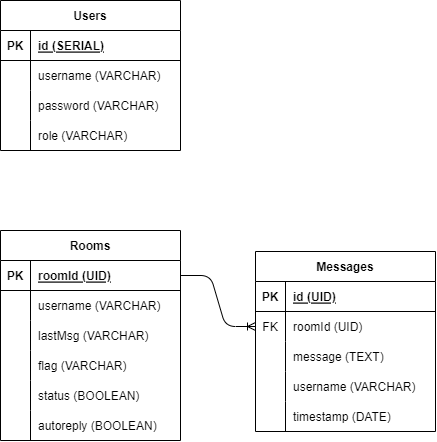
This is server/__docs__/ERD.drawio.png from Alexwilliam112/ServiceSync, a draw.io export, as it was before one commit. Source tidied: cells renumbered, new cells last; positions are measured from the earlier drawing's top-left corner, leaving out a move shared by most shapes.
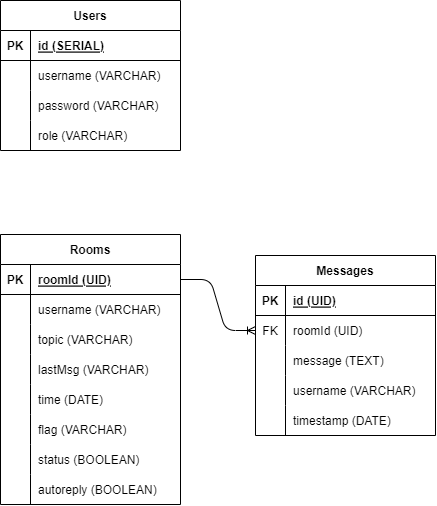
Later version of the same file.

Diff of the diagram source:
```diff
@@ -3,7 +3,7 @@
     <mxCell id="0" />
     <mxCell id="1" parent="0" />
     <mxCell id="2" value="Users" style="shape=table;startSize=30;rowLines=0;fontStyle=1;align=center;" parent="1" vertex="1">
-      <mxGeometry width="180" height="150" as="geometry" />
+      <mxGeometry y="-4" width="180" height="150" as="geometry" />
     </mxCell>
     <mxCell id="3" style="shape=tableRow;horizontal=0;startSize=0;swimlaneHead=0;swimlaneBody=0;fillColor=none;top=0;left=0;right=0;bottom=1;" parent="2" vertex="1">
       <mxGeometry y="30" width="180" height="30" as="geometry" />
@@ -42,7 +42,7 @@
       <mxGeometry x="30" width="150" height="30" as="geometry" />
     </mxCell>
     <mxCell id="15" value="Rooms" style="shape=table;startSize=30;rowLines=0;fontStyle=1;align=center;" parent="1" vertex="1">
-      <mxGeometry y="230" width="180" height="210" as="geometry" />
+      <mxGeometry y="230" width="180" height="270" as="geometry" />
     </mxCell>
     <mxCell id="16" style="shape=tableRow;horizontal=0;startSize=0;swimlaneHead=0;swimlaneBody=0;fillColor=none;points=[[0,0.5],[1,0.5]];portConstraint=eastwest;top=0;left=0;right=0;bottom=1;" parent="15" vertex="1">
       <mxGeometry y="30" width="180" height="30" as="geometry" />
@@ -62,8 +62,17 @@
     <mxCell id="21" value="username (VARCHAR)" style="shape=partialRectangle;fillColor=none;top=0;left=0;bottom=0;right=0;align=left;spacingLeft=6;overflow=hidden;" parent="19" vertex="1">
       <mxGeometry x="30" width="150" height="30" as="geometry" />
     </mxCell>
+    <mxCell id="51" style="shape=tableRow;horizontal=0;startSize=0;swimlaneHead=0;swimlaneBody=0;fillColor=none;top=0;left=0;right=0;bottom=0;" parent="15" vertex="1">
+      <mxGeometry y="90" width="180" height="30" as="geometry" />
+    </mxCell>
+    <mxCell id="52" style="shape=partialRectangle;fillColor=none;top=0;left=0;bottom=0;right=0;overflow=hidden;" parent="51" vertex="1">
+      <mxGeometry width="30" height="30" as="geometry" />
+    </mxCell>
+    <mxCell id="53" value="topic (VARCHAR)" style="shape=partialRectangle;fillColor=none;top=0;left=0;bottom=0;right=0;align=left;spacingLeft=6;overflow=hidden;" parent="51" vertex="1">
+      <mxGeometry x="30" width="150" height="30" as="geometry" />
+    </mxCell>
     <mxCell id="22" style="shape=tableRow;horizontal=0;startSize=0;swimlaneHead=0;swimlaneBody=0;fillColor=none;top=0;left=0;right=0;bottom=0;" parent="15" vertex="1">
-      <mxGeometry y="90" width="180" height="30" as="geometry" />
+      <mxGeometry y="120" width="180" height="30" as="geometry" />
     </mxCell>
     <mxCell id="23" style="shape=partialRectangle;fillColor=none;top=0;left=0;bottom=0;right=0;overflow=hidden;" parent="22" vertex="1">
       <mxGeometry width="30" height="30" as="geometry" />
@@ -71,8 +80,17 @@
     <mxCell id="24" value="lastMsg (VARCHAR)" style="shape=partialRectangle;fillColor=none;top=0;left=0;bottom=0;right=0;align=left;spacingLeft=6;overflow=hidden;" parent="22" vertex="1">
       <mxGeometry x="30" width="150" height="30" as="geometry" />
     </mxCell>
+    <mxCell id="54" style="shape=tableRow;horizontal=0;startSize=0;swimlaneHead=0;swimlaneBody=0;fillColor=none;top=0;left=0;right=0;bottom=0;" parent="15" vertex="1">
+      <mxGeometry y="150" width="180" height="30" as="geometry" />
+    </mxCell>
+    <mxCell id="55" style="shape=partialRectangle;fillColor=none;top=0;left=0;bottom=0;right=0;overflow=hidden;" parent="54" vertex="1">
+      <mxGeometry width="30" height="30" as="geometry" />
+    </mxCell>
+    <mxCell id="56" value="time (DATE)" style="shape=partialRectangle;fillColor=none;top=0;left=0;bottom=0;right=0;align=left;spacingLeft=6;overflow=hidden;" parent="54" vertex="1">
+      <mxGeometry x="30" width="150" height="30" as="geometry" />
+    </mxCell>
     <mxCell id="25" style="shape=tableRow;horizontal=0;startSize=0;swimlaneHead=0;swimlaneBody=0;fillColor=none;top=0;left=0;right=0;bottom=0;" parent="15" vertex="1">
-      <mxGeometry y="120" width="180" height="30" as="geometry" />
+      <mxGeometry y="180" width="180" height="30" as="geometry" />
     </mxCell>
     <mxCell id="26" style="shape=partialRectangle;fillColor=none;top=0;left=0;bottom=0;right=0;overflow=hidden;" parent="25" vertex="1">
       <mxGeometry width="30" height="30" as="geometry" />
@@ -81,7 +99,7 @@
       <mxGeometry x="30" width="150" height="30" as="geometry" />
     </mxCell>
     <mxCell id="28" style="shape=tableRow;horizontal=0;startSize=0;swimlaneHead=0;swimlaneBody=0;fillColor=none;top=0;left=0;right=0;bottom=0;" parent="15" vertex="1">
-      <mxGeometry y="150" width="180" height="30" as="geometry" />
+      <mxGeometry y="210" width="180" height="30" as="geometry" />
     </mxCell>
     <mxCell id="29" style="shape=partialRectangle;fillColor=none;top=0;left=0;bottom=0;right=0;overflow=hidden;" parent="28" vertex="1">
       <mxGeometry width="30" height="30" as="geometry" />
@@ -90,7 +108,7 @@
       <mxGeometry x="30" width="150" height="30" as="geometry" />
     </mxCell>
     <mxCell id="31" style="shape=tableRow;horizontal=0;startSize=0;swimlaneHead=0;swimlaneBody=0;fillColor=none;top=0;left=0;right=0;bottom=0;" parent="15" vertex="1">
-      <mxGeometry y="180" width="180" height="30" as="geometry" />
+      <mxGeometry y="240" width="180" height="30" as="geometry" />
     </mxCell>
     <mxCell id="32" style="shape=partialRectangle;fillColor=none;top=0;left=0;bottom=0;right=0;overflow=hidden;" parent="31" vertex="1">
       <mxGeometry width="30" height="30" as="geometry" />
```
